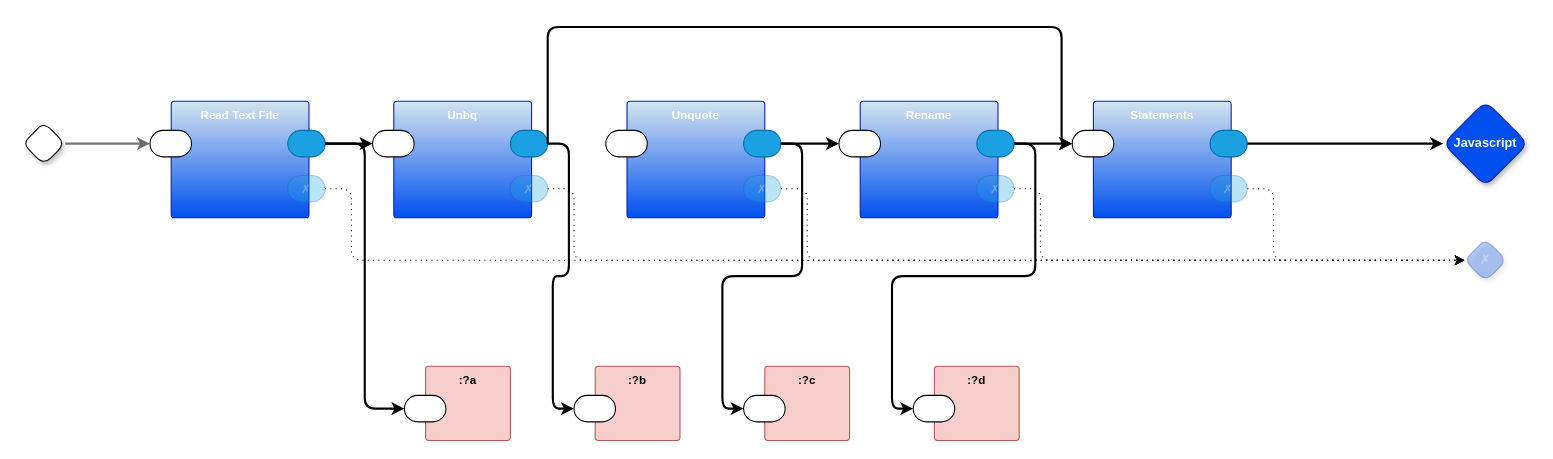
guitarvydas/p6 keeps this draw.io diagram as page "main" (1 of 5) of p6.drawio. Above is the earlier version. Source tidied: cells renumbered, new cells numbered last; positions are measured from the earlier drawing's top-left corner, leaving out a move shared by most shapes. Both pictures are drawn from the tidied source at 106%, with x=0, y=0 at pixel (22, 26).
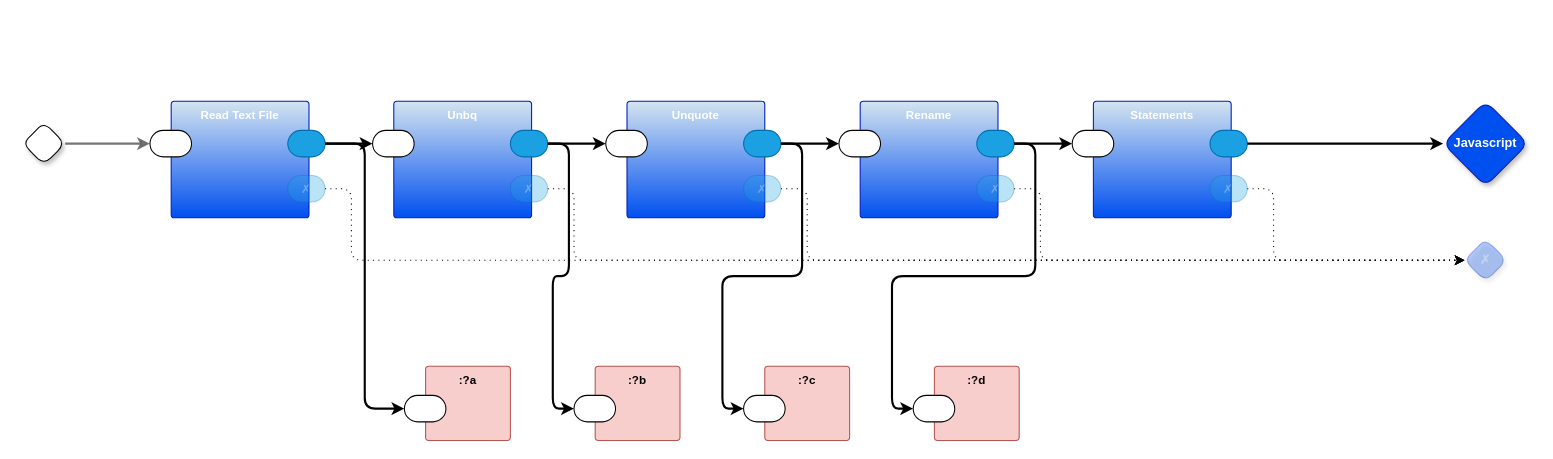
The same page after the edit.

Commit message (it also covers changes not shown here):
before refreshing pbp with dquotes in t2t.bash

The change refers to these unchanged cells:
```xml
<mxCell id="15" style="rounded=1;whiteSpace=wrap;html=1;sketch=0;points=[[0,0.5,0,0,0],[1,0.5,0,0,0]];fillColor=#1ba1e2;fontColor=#ffffff;strokeColor=#006EAF;arcSize=50;fontFamily=Helvetica;fontSize=11;" parent="12" vertex="1">
  <mxGeometry x="110" y="27.5" width="35.2" height="25" as="geometry" />
</mxCell>
<mxCell id="18" style="rounded=1;whiteSpace=wrap;html=1;sketch=0;points=[[0,0.5,0,0,0],[1,0.5,0,0,0]];arcSize=50;fontFamily=Helvetica;fontSize=11;fontColor=default;" parent="17" vertex="1">
  <mxGeometry x="-20" y="27.5" width="39.2" height="25" as="geometry" />
</mxCell>
<mxCell id="30" style="rounded=1;whiteSpace=wrap;html=1;sketch=0;points=[[0,0.5,0,0,0],[1,0.5,0,0,0]];arcSize=50;fontFamily=Helvetica;fontSize=11;fontColor=default;" parent="29" vertex="1">
  <mxGeometry x="-20" y="27.5" width="39.2" height="25" as="geometry" />
</mxCell>
```

The edit, as a diff of the source:
```diff
@@
-    <mxCell id="21" style="edgeStyle=orthogonalEdgeStyle;shape=connector;curved=0;rounded=1;jettySize=auto;html=1;exitX=1;exitY=0.5;exitDx=0;exitDy=0;exitPerimeter=0;strokeColor=default;strokeWidth=2;align=center;verticalAlign=middle;fontFamily=Helvetica;fontSize=11;fontColor=default;labelBackgroundColor=default;endArrow=classic;entryX=0;entryY=0.5;entryDx=0;entryDy=0;entryPerimeter=0;" parent="1" edge="1" source="15" target="30">
-      <mxGeometry relative="1" as="geometry">
-        <Array as="points">
-          <mxPoint x="495" />
-          <mxPoint x="980" />
-          <mxPoint x="980" y="110" />
-        </Array>
-      </mxGeometry>
-    </mxCell>
@@
+    <mxCell id="48" style="edgeStyle=orthogonalEdgeStyle;shape=connector;curved=0;rounded=1;jettySize=auto;html=1;exitX=1;exitY=0.5;exitDx=0;exitDy=0;exitPerimeter=0;entryX=0;entryY=0.5;entryDx=0;entryDy=0;entryPerimeter=0;strokeColor=default;strokeWidth=2;align=center;verticalAlign=middle;fontFamily=Helvetica;fontSize=11;fontColor=default;labelBackgroundColor=default;endArrow=classic;" parent="1" edge="1" source="15" target="18">
+      <mxGeometry relative="1" as="geometry" />
+    </mxCell>
```
